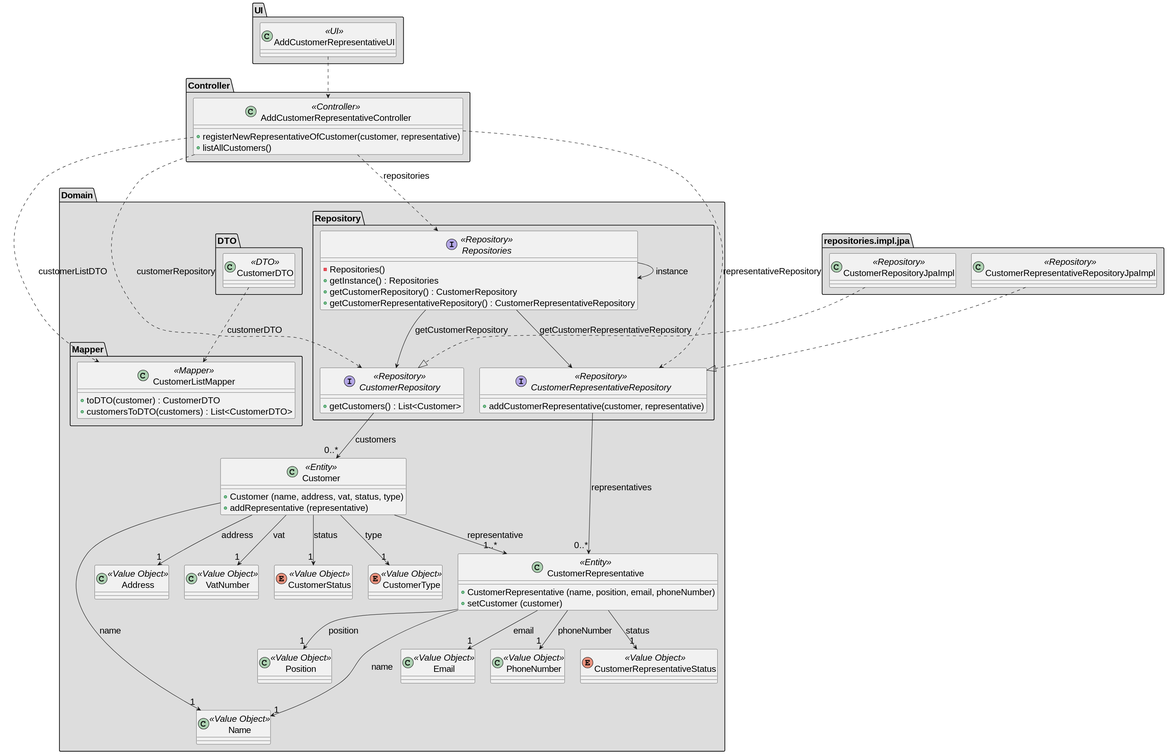
The PlantUML diagram docs/SPRINT_2/us221/images/class_diagram_us221.svg in diogoveirospro/sem4pi-2024-2025-sem4pi_2024_2025_g44, before a commit. The source it was exported from:
```plantuml
@startuml
skinparamlocked defaultFontSize 20
set separator none

package "Domain" #DDDDDD {

    package "DTO" #DDDDDD {
        class CustomerDTO <<DTO>> {

        }
    }

    package "Mapper" #DDDDDD {
        class CustomerListMapper <<Mapper>> {
            + toDTO(customer) : CustomerDTO
            + customersToDTO(customers) : List<CustomerDTO>
        }
    }

    package "Repository" #DDDDDD {
        Interface CustomerRepository <<Repository>> {
            + getCustomers() : List<Customer>
        }
        Interface CustomerRepresentativeRepository <<Repository>> {
            + addCustomerRepresentative(customer, representative)
        }
        Interface Repositories <<Repository>> {
            - Repositories()
            + getInstance() : Repositories
            + getCustomerRepository() : CustomerRepository
            + getCustomerRepresentativeRepository() : CustomerRepresentativeRepository
        }
    }

    class Customer <<Entity>> {
        + Customer (name, address, vat, status, type)
        + addRepresentative (representative)
    }
    class CustomerRepresentative <<Entity>> {
        + CustomerRepresentative (name, position, email, phoneNumber)
        + setCustomer (customer)
    }

    class Address <<Value Object>> {

    }
    class VatNumber <<Value Object>> {

    }
    enum CustomerStatus <<Value Object>> {

    }
    enum CustomerType <<Value Object>> {

    }
    class Position <<Value Object>> {

    }
    class Name <<Value Object>> {

    }
    class Email <<Value Object>> {

    }
    class PhoneNumber <<Value Object>> {

    }

    enum CustomerRepresentativeStatus <<Value Object>>{
    }
}

package "UI" #DDDDDD {
    class AddCustomerRepresentativeUI <<UI>> {

    }
}

package "Controller" #DDDDDD {
    class AddCustomerRepresentativeController <<Controller>> {
        + registerNewRepresentativeOfCustomer(customer, representative)
        + listAllCustomers()
    }
}

package "repositories.impl.jpa" #DDDDDD {
    class CustomerRepositoryJpaImpl <<Repository>> {
    }
    class CustomerRepresentativeRepositoryJpaImpl <<Repository>> {
    }
}

Customer --> "1..*" CustomerRepresentative : representative
Customer --> "1" VatNumber : vat
Customer --> "1" Address : address
Customer --> "1" CustomerStatus : status
Customer --> "1" CustomerType : type
Customer ----> "1" Name : name

CustomerRepresentative --> "1" Position : position
CustomerRepresentative --> "1" Name : name
CustomerRepresentative --> "1" Email : email
CustomerRepresentative --> "1" PhoneNumber : phoneNumber
CustomerRepresentative --> "1" CustomerRepresentativeStatus : status


Repositories --> Repositories : instance
Repositories --> CustomerRepository : getCustomerRepository
Repositories --> CustomerRepresentativeRepository : getCustomerRepresentativeRepository

CustomerRepository --> "0..*" Customer : customers
CustomerRepresentativeRepository --> "0..*" CustomerRepresentative : representatives

AddCustomerRepresentativeUI ..> AddCustomerRepresentativeController
AddCustomerRepresentativeController ..> Repositories : repositories
AddCustomerRepresentativeController ..> CustomerListMapper : customerListDTO
AddCustomerRepresentativeController ..> CustomerRepresentativeRepository : representativeRepository
AddCustomerRepresentativeController ..> CustomerRepository : customerRepository

CustomerDTO ..> CustomerListMapper : customerDTO

CustomerRepositoryJpaImpl ..|> CustomerRepository

CustomerRepresentativeRepositoryJpaImpl ..|> CustomerRepresentativeRepository
@enduml
```
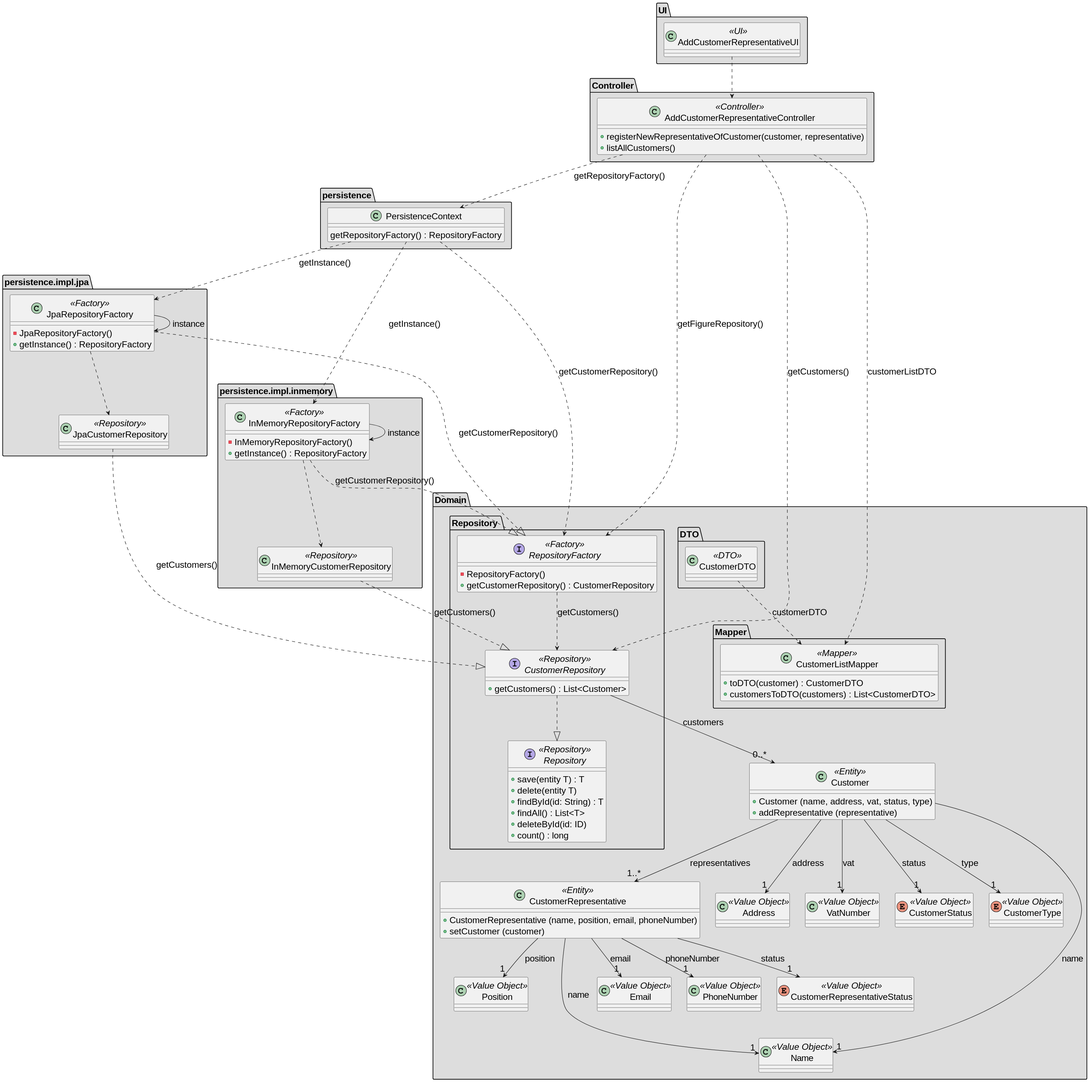
After the commit.

Change to the diagram source:
```diff
@@ -17,19 +17,25 @@
         }
     }
 
-    package "Repository" #DDDDDD {
+    package "Repository " #DDDDDD {
         Interface CustomerRepository <<Repository>> {
             + getCustomers() : List<Customer>
         }
-        Interface CustomerRepresentativeRepository <<Repository>> {
-            + addCustomerRepresentative(customer, representative)
+
+        Interface RepositoryFactory <<Factory>> {
+            - RepositoryFactory()
+            + getCustomerRepository() : CustomerRepository
         }
-        Interface Repositories <<Repository>> {
-            - Repositories()
-            + getInstance() : Repositories
-            + getCustomerRepository() : CustomerRepository
-            + getCustomerRepresentativeRepository() : CustomerRepresentativeRepository
+
+        Interface Repository <<Repository>> {
+            + save(entity T) : T
+            + delete(entity T)
+            + findById(id: String) : T
+            + findAll() : List<T>
+            + deleteById(id: ID)
+            + count() : long
         }
+
     }
 
     class Customer <<Entity>> {
@@ -83,14 +89,34 @@
     }
 }
 
-package "repositories.impl.jpa" #DDDDDD {
-    class CustomerRepositoryJpaImpl <<Repository>> {
+package "persistence.impl.jpa" #DDDDDD {
+    class JpaCustomerRepository <<Repository>> {
     }
-    class CustomerRepresentativeRepositoryJpaImpl <<Repository>> {
+
+    class JpaRepositoryFactory <<Factory>> {
+        - JpaRepositoryFactory()
+        + getInstance() : RepositoryFactory
+    }
+
+}
+
+package "persistence.impl.inmemory" #DDDDDD {
+    class InMemoryCustomerRepository <<Repository>> {
+    }
+
+    class InMemoryRepositoryFactory <<Factory>> {
+        - InMemoryRepositoryFactory()
+        + getInstance() : RepositoryFactory
     }
 }
 
-Customer --> "1..*" CustomerRepresentative : representative
+package "persistence" #DDDDDD {
+    class PersistenceContext {
+        getRepositoryFactory() : RepositoryFactory
+    }
+}
+
+Customer --> "1..*" CustomerRepresentative : representatives
 Customer --> "1" VatNumber : vat
 Customer --> "1" Address : address
 Customer --> "1" CustomerStatus : status
@@ -104,22 +130,33 @@
 CustomerRepresentative --> "1" CustomerRepresentativeStatus : status
 
 
-Repositories --> Repositories : instance
-Repositories --> CustomerRepository : getCustomerRepository
-Repositories --> CustomerRepresentativeRepository : getCustomerRepresentativeRepository
+RepositoryFactory ..> CustomerRepository : getCustomers()
 
 CustomerRepository --> "0..*" Customer : customers
-CustomerRepresentativeRepository --> "0..*" CustomerRepresentative : representatives
 
 AddCustomerRepresentativeUI ..> AddCustomerRepresentativeController
-AddCustomerRepresentativeController ..> Repositories : repositories
+AddCustomerRepresentativeController ..> RepositoryFactory : getFigureRepository()
 AddCustomerRepresentativeController ..> CustomerListMapper : customerListDTO
-AddCustomerRepresentativeController ..> CustomerRepresentativeRepository : representativeRepository
-AddCustomerRepresentativeController ..> CustomerRepository : customerRepository
+AddCustomerRepresentativeController ..> CustomerRepository : getCustomers()
+AddCustomerRepresentativeController ..> PersistenceContext : getRepositoryFactory()
 
 CustomerDTO ..> CustomerListMapper : customerDTO
 
-CustomerRepositoryJpaImpl ..|> CustomerRepository
+PersistenceContext ..> JpaRepositoryFactory : getInstance()
+PersistenceContext ..> InMemoryRepositoryFactory : getInstance()
+PersistenceContext ..> RepositoryFactory : getCustomerRepository()
 
-CustomerRepresentativeRepositoryJpaImpl ..|> CustomerRepresentativeRepository
+JpaRepositoryFactory ...|> RepositoryFactory : getCustomerRepository()
+JpaRepositoryFactory ..> JpaCustomerRepository
+JpaRepositoryFactory --> JpaRepositoryFactory : instance
+
+JpaCustomerRepository ..|> CustomerRepository : getCustomers()
+
+InMemoryRepositoryFactory .|> RepositoryFactory : getCustomerRepository()
+InMemoryRepositoryFactory ..> InMemoryCustomerRepository
+InMemoryRepositoryFactory --> InMemoryRepositoryFactory : instance
+
+InMemoryCustomerRepository ..|> CustomerRepository : getCustomers()
+
+CustomerRepository ..|> Repository
 @enduml
```
